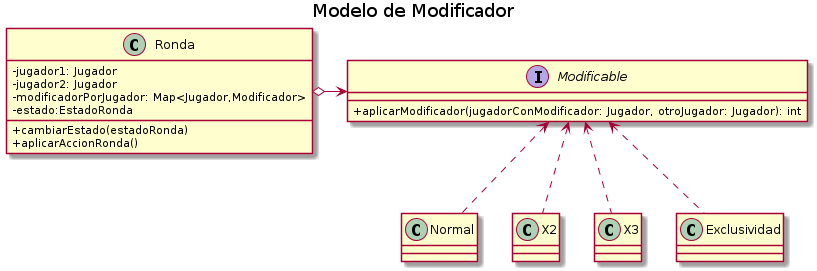
This is doc/Diagramas/Diagramas_Clase/modificable/modificable/Modelo de Modificador.png from gylopezgiles/TP2, a PlantUML export, as it was before one commit.
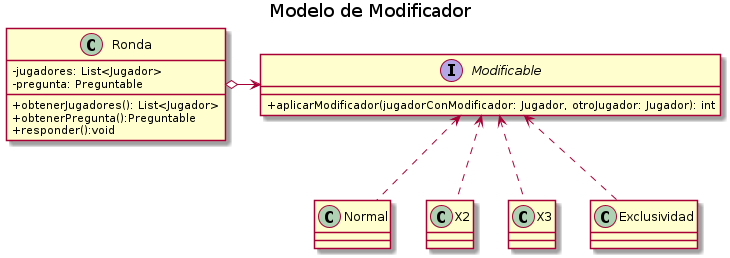
After the change.

Diff of the diagram source:
```diff
@@ -3,14 +3,13 @@
 skinparam classAttributeIconSize 0
 
 
-class Ronda {
-    - jugador1: Jugador
-    - jugador2: Jugador
-    - modificadorPorJugador: Map<Jugador,Modificador>
-    - estado:EstadoRonda
+class Ronda{
+    - jugadores: List<Jugador>
+    - pregunta: Preguntable
 
-    + cambiarEstado(estadoRonda)
-    + aplicarAccionRonda()
+    + obtenerJugadores(): List<Jugador>
+    + obtenerPregunta():Preguntable
+    + responder():void
 }
 
 interface Modificable{
```
